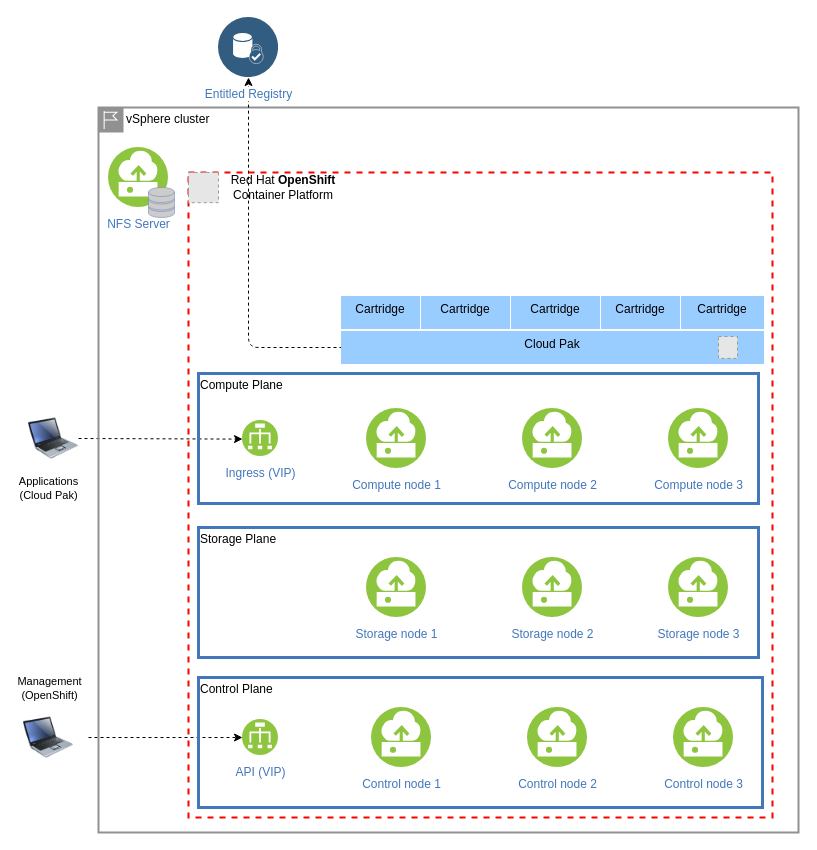
The draw.io diagram sample-configurations/sample-vsphere-nfs-ocs-cp4d/sample-vsphere-nfs-ocs-cp4d.drawio in IBM/cloud-pak-deployer, before the edit. Source tidied: cells renumbered, new cells numbered last; positions are measured from the earlier drawing's top-left corner, leaving out a move shared by most shapes. Both pictures are drawn from the tidied source at 100%, with x=0, y=0 at pixel (23, 17). Pictures stored in the file or linked from it are replaced by grey dashed boxes.
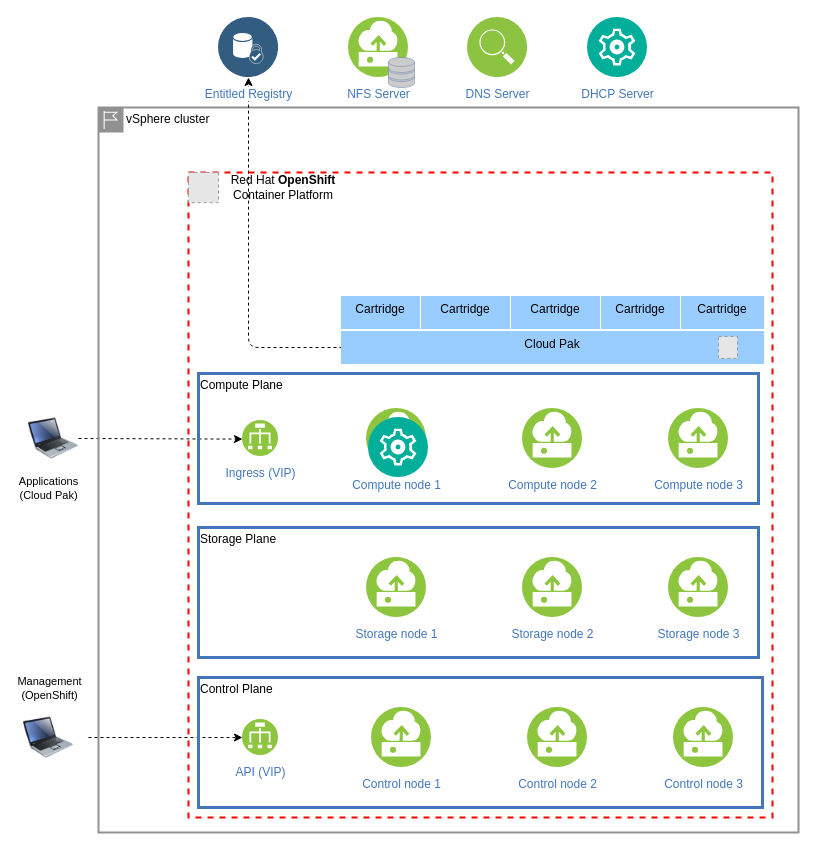
The same diagram, later.

Diff of the diagram source:
```diff
@@
-    <mxCell id="5" value="NFS Server" style="perimeter=ellipsePerimeter;html=1;align=center;shadow=0;dashed=0;fontColor=#4277BB;labelBackgroundColor=#ffffff;fontSize=12;spacingTop=3;image;image=img/lib/ibm/vpc/Instance.svg;strokeColor=#007FFF;strokeWidth=3;" parent="1" vertex="1">
-      <mxGeometry x="85" y="130" width="60" height="60" as="geometry" />
-    </mxCell>
-    <mxCell id="6" style="fontColor=#0066CC;verticalAlign=top;verticalLabelPosition=bottom;labelPosition=center;align=center;html=1;fillColor=#CCCCCC;strokeColor=#6881B3;gradientColor=none;gradientDirection=north;strokeWidth=2;shape=mxgraph.networks.storage;" parent="1" vertex="1">
-      <mxGeometry x="125" y="170" width="26" height="30" as="geometry" />
-    </mxCell>
@@
+    <mxCell id="40" style="perimeter=ellipsePerimeter;html=1;align=center;shadow=0;dashed=0;fontColor=#4277BB;labelBackgroundColor=#ffffff;fontSize=12;spacingTop=3;image;image=img/lib/ibm/management/cluster_management.svg;" parent="1" vertex="1">
+      <mxGeometry x="345" y="400" width="60" height="60" as="geometry" />
+    </mxCell>
+    <mxCell id="41" style="group;" parent="1" vertex="1">
+      <mxGeometry x="325" width="66" height="70" as="geometry" />
+    </mxCell>
+    <mxCell id="5" value="NFS Server" style="perimeter=ellipsePerimeter;html=1;align=center;shadow=0;dashed=0;fontColor=#4277BB;labelBackgroundColor=#ffffff;fontSize=12;spacingTop=3;image;image=img/lib/ibm/vpc/Instance.svg;strokeColor=#007FFF;strokeWidth=3;" parent="41" vertex="1">
+      <mxGeometry width="60" height="60" as="geometry" />
+    </mxCell>
+    <mxCell id="6" style="fontColor=#0066CC;verticalAlign=top;verticalLabelPosition=bottom;labelPosition=center;align=center;html=1;fillColor=#CCCCCC;strokeColor=#6881B3;gradientColor=none;gradientDirection=north;strokeWidth=2;shape=mxgraph.networks.storage;" parent="41" vertex="1">
+      <mxGeometry x="40" y="40" width="26" height="30" as="geometry" />
+    </mxCell>
+    <mxCell id="42" value="DNS Server" style="perimeter=ellipsePerimeter;html=1;align=center;shadow=0;dashed=0;fontColor=#4277BB;labelBackgroundColor=#ffffff;fontSize=12;spacingTop=3;image;image=img/lib/ibm/infrastructure/service_discovery_configuration.svg;" parent="1" vertex="1">
+      <mxGeometry x="444" width="60" height="60" as="geometry" />
+    </mxCell>
+    <mxCell id="43" value="DHCP Server" style="perimeter=ellipsePerimeter;html=1;align=center;shadow=0;dashed=0;fontColor=#4277BB;labelBackgroundColor=#ffffff;fontSize=12;spacingTop=3;image;image=img/lib/ibm/management/cluster_management.svg;" parent="1" vertex="1">
+      <mxGeometry x="564" width="60" height="60" as="geometry" />
+    </mxCell>
```
